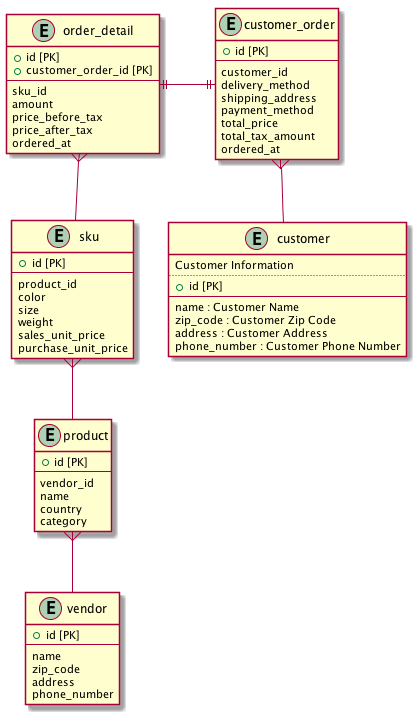
achiku/planter keeps this PlantUML diagram as example/example_gen.png. Above is the earlier version.
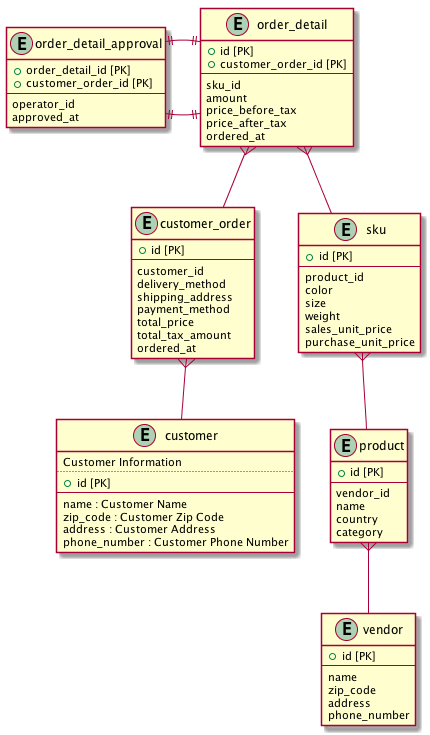
Later version of the same file.

The edit, as a diff of the source:
```diff
@@ -34,6 +34,14 @@
   ordered_at
 }
 
+entity "order_detail_approval" {
+  + order_detail_id [PK]
+  + customer_order_id [PK]
+  --
+  operator_id
+  approved_at
+}
+
 entity "product" {
   + id [PK]
   --
@@ -67,7 +75,11 @@
 
  order_detail }-- sku
 
- order_detail ||-|| customer_order
+ order_detail }-- customer_order
+
+ order_detail_approval ||-|| order_detail
+
+ order_detail_approval ||-|| order_detail
 
  product }-- vendor
 
```
